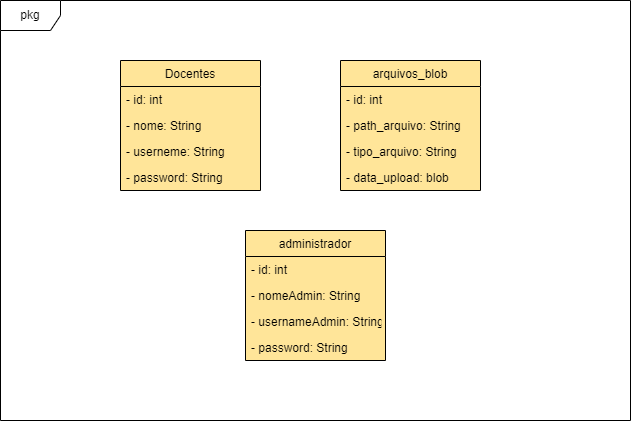
This is Diagrama de classes.drawio.png from CornelioPedro/TFC-Vrsion, a draw.io export, as it was before one commit. Source tidied: cells renumbered, new cells last; positions are measured from the earlier drawing's top-left corner, leaving out a move shared by most shapes.
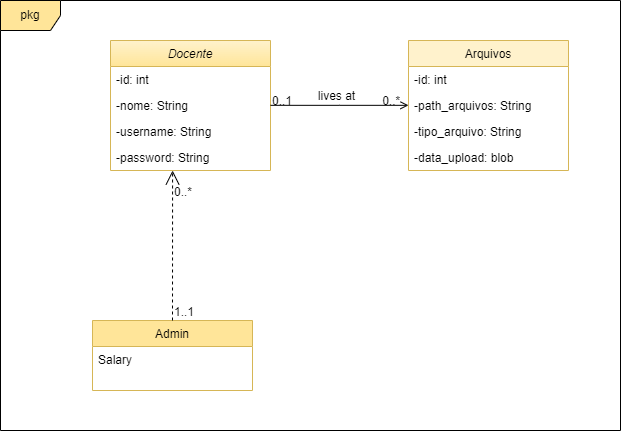
The same file after the commit.

Diff of the diagram source:
```diff
@@ -2,53 +2,73 @@
   <root>
     <mxCell id="0" />
     <mxCell id="1" parent="0" />
-    <mxCell id="2" value="pkg" style="shape=umlFrame;whiteSpace=wrap;html=1;fillColor=#FFFFFF;swimlaneFillColor=default;" parent="1" vertex="1">
-      <mxGeometry width="630" height="420" as="geometry" />
+    <mxCell id="2" value="pkg" style="shape=umlFrame;whiteSpace=wrap;html=1;fillColor=#FFE599;gradientColor=none;swimlaneFillColor=default;" parent="1" vertex="1">
+      <mxGeometry width="620" height="430" as="geometry" />
     </mxCell>
-    <mxCell id="3" value="Docentes" style="swimlane;fontStyle=0;horizontal=1;startSize=26;fillColor=#FFE599;strokeColor=#000000;swimlaneFillColor=#FFE599;" parent="1" vertex="1">
-      <mxGeometry x="120" y="60" width="140" height="130" as="geometry" />
-    </mxCell>
-    <mxCell id="4" value="- id: int" style="text;strokeColor=none;fillColor=none;align=left;verticalAlign=top;spacingLeft=4;spacingRight=4;overflow=hidden;" parent="3" vertex="1">
-      <mxGeometry y="26" width="140" height="26" as="geometry" />
-    </mxCell>
-    <mxCell id="5" value="- nome: String" style="text;strokeColor=none;fillColor=none;align=left;verticalAlign=top;spacingLeft=4;spacingRight=4;overflow=hidden;" parent="3" vertex="1">
-      <mxGeometry y="52" width="140" height="26" as="geometry" />
-    </mxCell>
-    <mxCell id="6" value="- userneme: String" style="text;strokeColor=none;fillColor=none;align=left;verticalAlign=top;spacingLeft=4;spacingRight=4;overflow=hidden;" parent="3" vertex="1">
-      <mxGeometry y="78" width="140" height="26" as="geometry" />
-    </mxCell>
-    <mxCell id="7" value="- password: String" style="text;strokeColor=none;fillColor=none;align=left;verticalAlign=top;spacingLeft=4;spacingRight=4;overflow=hidden;" parent="3" vertex="1">
-      <mxGeometry y="104" width="140" height="26" as="geometry" />
-    </mxCell>
-    <mxCell id="8" value="arquivos_blob" style="swimlane;fontStyle=0;horizontal=1;startSize=26;fillColor=#FFE599;strokeColor=#000000;swimlaneFillColor=#FFE599;" parent="1" vertex="1">
-      <mxGeometry x="340" y="60" width="140" height="130" as="geometry" />
-    </mxCell>
-    <mxCell id="9" value="- id: int" style="text;strokeColor=none;fillColor=none;align=left;verticalAlign=top;spacingLeft=4;spacingRight=4;overflow=hidden;" parent="8" vertex="1">
-      <mxGeometry y="26" width="140" height="26" as="geometry" />
-    </mxCell>
-    <mxCell id="10" value="- path_arquivo: String" style="text;strokeColor=none;fillColor=none;align=left;verticalAlign=top;spacingLeft=4;spacingRight=4;overflow=hidden;" parent="8" vertex="1">
-      <mxGeometry y="52" width="140" height="26" as="geometry" />
-    </mxCell>
-    <mxCell id="11" value="- tipo_arquivo: String" style="text;strokeColor=none;fillColor=none;align=left;verticalAlign=top;spacingLeft=4;spacingRight=4;overflow=hidden;" parent="8" vertex="1">
-      <mxGeometry y="78" width="140" height="26" as="geometry" />
-    </mxCell>
-    <mxCell id="12" value="- data_upload: blob" style="text;strokeColor=none;fillColor=none;align=left;verticalAlign=top;spacingLeft=4;spacingRight=4;overflow=hidden;" parent="8" vertex="1">
-      <mxGeometry y="104" width="140" height="26" as="geometry" />
-    </mxCell>
-    <mxCell id="13" value="administrador" style="swimlane;fontStyle=0;horizontal=1;startSize=26;fillColor=#FFE599;strokeColor=#000000;swimlaneFillColor=#FFE599;" parent="1" vertex="1">
-      <mxGeometry x="245" y="230" width="140" height="130" as="geometry" />
-    </mxCell>
-    <mxCell id="14" value="- id: int" style="text;strokeColor=none;fillColor=none;align=left;verticalAlign=top;spacingLeft=4;spacingRight=4;overflow=hidden;" parent="13" vertex="1">
-      <mxGeometry y="26" width="140" height="26" as="geometry" />
-    </mxCell>
-    <mxCell id="15" value="- nomeAdmin: String" style="text;strokeColor=none;fillColor=none;align=left;verticalAlign=top;spacingLeft=4;spacingRight=4;overflow=hidden;" parent="13" vertex="1">
-      <mxGeometry y="52" width="140" height="26" as="geometry" />
-    </mxCell>
-    <mxCell id="16" value="- usernameAdmin: String" style="text;strokeColor=none;fillColor=none;align=left;verticalAlign=top;spacingLeft=4;spacingRight=4;overflow=hidden;" parent="13" vertex="1">
-      <mxGeometry y="78" width="140" height="26" as="geometry" />
-    </mxCell>
-    <mxCell id="17" value="- password: String&#10;" style="text;strokeColor=none;fillColor=none;align=left;verticalAlign=top;spacingLeft=4;spacingRight=4;overflow=hidden;" parent="13" vertex="1">
-      <mxGeometry y="104" width="140" height="26" as="geometry" />
-    </mxCell>
+    <mxCell id="18" value="Docente" style="swimlane;fontStyle=2;align=center;verticalAlign=top;horizontal=1;startSize=26;rounded=0;shadow=0;strokeWidth=1;fillColor=#fff2cc;strokeColor=#d6b656;gradientColor=#FFE599;swimlaneFillColor=default;" parent="1" vertex="1">
+      <mxGeometry x="110" y="40" width="160" height="130" as="geometry" />
+    </mxCell>
+    <mxCell id="19" value="-id: int" style="text;align=left;verticalAlign=top;spacingLeft=4;spacingRight=4;overflow=hidden;" parent="18" vertex="1">
+      <mxGeometry y="26" width="160" height="26" as="geometry" />
+    </mxCell>
+    <mxCell id="20" value="-nome: String" style="text;align=left;verticalAlign=top;spacingLeft=4;spacingRight=4;overflow=hidden;rounded=0;shadow=0;html=0;" parent="18" vertex="1">
+      <mxGeometry y="52" width="160" height="26" as="geometry" />
+    </mxCell>
+    <mxCell id="21" value="-username: String&#10;" style="text;align=left;verticalAlign=top;spacingLeft=4;spacingRight=4;overflow=hidden;rounded=0;shadow=0;html=0;" parent="18" vertex="1">
+      <mxGeometry y="78" width="160" height="26" as="geometry" />
+    </mxCell>
+    <mxCell id="22" value="-password: String&#10;" style="text;align=left;verticalAlign=top;spacingLeft=4;spacingRight=4;overflow=hidden;points=[[0,0.5],[1,0.5]];portConstraint=eastwest;rounded=0;shadow=0;html=0;" parent="18" vertex="1">
+      <mxGeometry y="104" width="160" height="26" as="geometry" />
+    </mxCell>
+    <mxCell id="23" value="Admin" style="swimlane;fontStyle=0;align=center;verticalAlign=top;horizontal=1;startSize=26;rounded=0;shadow=0;strokeWidth=1;fillColor=#FFE599;strokeColor=#d6b656;gradientColor=none;swimlaneFillColor=default;" parent="1" vertex="1">
+      <mxGeometry x="92" y="320" width="160" height="70" as="geometry" />
+    </mxCell>
+    <mxCell id="24" value="Salary" style="text;align=left;verticalAlign=top;spacingLeft=4;spacingRight=4;overflow=hidden;" parent="23" vertex="1">
+      <mxGeometry y="26" width="160" height="26" as="geometry" />
+    </mxCell>
+    <mxCell id="25" value="Arquivos" style="swimlane;fontStyle=0;align=center;verticalAlign=top;horizontal=1;startSize=26;rounded=0;shadow=0;strokeWidth=1;fillColor=#fff2cc;strokeColor=#d6b656;" parent="1" vertex="1">
+      <mxGeometry x="408" y="40" width="160" height="130" as="geometry" />
+    </mxCell>
+    <mxCell id="26" value="-id: int" style="text;align=left;verticalAlign=top;spacingLeft=4;spacingRight=4;overflow=hidden;" parent="25" vertex="1">
+      <mxGeometry y="26" width="160" height="26" as="geometry" />
+    </mxCell>
+    <mxCell id="27" value="-path_arquivos: String" style="text;align=left;verticalAlign=top;spacingLeft=4;spacingRight=4;overflow=hidden;rounded=0;shadow=0;html=0;" parent="25" vertex="1">
+      <mxGeometry y="52" width="160" height="26" as="geometry" />
+    </mxCell>
+    <mxCell id="28" value="-tipo_arquivo: String&#10;" style="text;align=left;verticalAlign=top;spacingLeft=4;spacingRight=4;overflow=hidden;rounded=0;shadow=0;html=0;" parent="25" vertex="1">
+      <mxGeometry y="78" width="160" height="26" as="geometry" />
+    </mxCell>
+    <mxCell id="29" value="-data_upload: blob&#10;" style="text;align=left;verticalAlign=top;spacingLeft=4;spacingRight=4;overflow=hidden;rounded=0;shadow=0;html=0;" parent="25" vertex="1">
+      <mxGeometry y="104" width="160" height="26" as="geometry" />
+    </mxCell>
+    <mxCell id="30" style="endArrow=open;shadow=0;strokeWidth=1;rounded=0;endFill=1;edgeStyle=elbowEdgeStyle;elbow=vertical;" parent="1" edge="1" source="18" target="25">
+      <mxGeometry x="0.5" y="41" relative="1" as="geometry">
+        <mxPoint x="-40" y="32" as="offset" />
+      </mxGeometry>
+    </mxCell>
+    <mxCell id="31" value="0..1" style="align=left;verticalAlign=bottom;labelBackgroundColor=none;fontSize=12;" parent="30" vertex="1">
+      <mxGeometry x="-1" relative="1" as="geometry">
+        <mxPoint y="4" as="offset" />
+      </mxGeometry>
+    </mxCell>
+    <mxCell id="32" value="0..*" style="align=right;verticalAlign=bottom;labelBackgroundColor=none;fontSize=12;" parent="30" vertex="1">
+      <mxGeometry x="1" relative="1" as="geometry">
+        <mxPoint x="-7" y="4" as="offset" />
+      </mxGeometry>
+    </mxCell>
+    <mxCell id="33" value="lives at" style="text;html=1;align=center;verticalAlign=middle;labelBackgroundColor=none;rounded=0;shadow=0;strokeWidth=1;fontSize=12;" parent="30" vertex="1">
+      <mxGeometry x="0.5" y="49" relative="1" as="geometry">
+        <mxPoint x="-38" y="40" as="offset" />
+      </mxGeometry>
+    </mxCell>
+    <mxCell id="34" style="endArrow=open;endSize=12;dashed=1;html=1;rounded=0;exitX=0.5;exitY=0;exitDx=0;exitDy=0;entryX=0.388;entryY=1;entryDx=0;entryDy=0;entryPerimeter=0;" parent="1" edge="1" source="23" target="22">
+      <mxGeometry relative="1" as="geometry" />
+    </mxCell>
+    <mxCell id="35" value="0..*" style="align=left;verticalAlign=bottom;labelBackgroundColor=none;fontSize=12;rotation=0;" parent="1" vertex="1">
+      <mxGeometry x="172" y="200" as="geometry" />
+    </mxCell>
+    <mxCell id="36" value="1..1" style="align=left;verticalAlign=bottom;labelBackgroundColor=none;fontSize=12;" parent="1" vertex="1">
+      <mxGeometry x="172" y="320" as="geometry" />
+    </mxCell>
   </root>
 </mxGraphModel>
```
